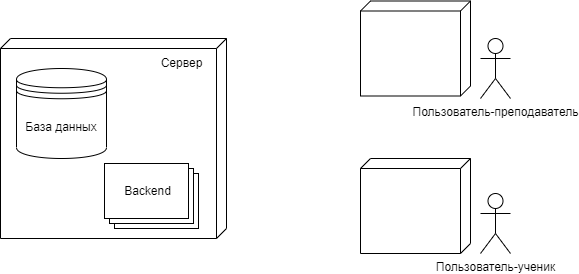
This is Диаграмма-компонентов.png from watashinonericell/myrepos, a draw.io export, as it was before one commit. Source tidied: cells renumbered, new cells last; positions are measured from the earlier drawing's top-left corner, leaving out a move shared by most shapes. The source it was exported from:
```xml
<mxGraphModel>
  <root>
    <mxCell id="0" />
    <mxCell id="1" parent="0" />
    <mxCell id="2" style="verticalAlign=top;align=left;spacingTop=8;spacingLeft=2;spacingRight=12;shape=cube;size=10;direction=south;fontStyle=4;html=1;whiteSpace=wrap;" parent="1" vertex="1">
      <mxGeometry y="38" width="226" height="200" as="geometry" />
    </mxCell>
    <mxCell id="3" value="Сервер" style="text;html=1;align=center;verticalAlign=middle;strokeColor=none;fillColor=none;" parent="1" vertex="1">
      <mxGeometry x="146" y="48" width="70" height="30" as="geometry" />
    </mxCell>
    <mxCell id="4" value="База данных" style="shape=datastore;whiteSpace=wrap;html=1;" parent="1" vertex="1">
      <mxGeometry x="16" y="68" width="90" height="90" as="geometry" />
    </mxCell>
    <mxCell id="5" style="verticalLabelPosition=bottom;verticalAlign=top;html=1;shape=mxgraph.basic.layered_rect;dx=10;whiteSpace=wrap;rotation=0;" parent="1" vertex="1">
      <mxGeometry x="104" y="163" width="94" height="65" as="geometry" />
    </mxCell>
    <mxCell id="6" value="Backend" style="text;html=1;align=center;verticalAlign=middle;strokeColor=none;fillColor=none;" parent="1" vertex="1">
      <mxGeometry x="112" y="176" width="70" height="30" as="geometry" />
    </mxCell>
    <mxCell id="7" value="Пользователь-преподаватель" style="shape=umlActor;verticalLabelPosition=bottom;verticalAlign=top;html=1;" parent="1" vertex="1">
      <mxGeometry x="480" y="38" width="30" height="60" as="geometry" />
    </mxCell>
    <mxCell id="8" value="Пользователь-ученик" style="shape=umlActor;verticalLabelPosition=bottom;verticalAlign=top;html=1;" parent="1" vertex="1">
      <mxGeometry x="480" y="193" width="30" height="60" as="geometry" />
    </mxCell>
    <mxCell id="9" style="verticalAlign=top;align=left;spacingTop=8;spacingLeft=2;spacingRight=12;shape=cube;size=10;direction=south;fontStyle=4;html=1;whiteSpace=wrap;" parent="1" vertex="1">
      <mxGeometry x="360" y="0.5" width="110" height="95" as="geometry" />
    </mxCell>
    <mxCell id="10" style="verticalAlign=top;align=left;spacingTop=8;spacingLeft=2;spacingRight=12;shape=cube;size=10;direction=south;fontStyle=4;html=1;whiteSpace=wrap;" parent="1" vertex="1">
      <mxGeometry x="360" y="158" width="110" height="95" as="geometry" />
    </mxCell>
  </root>
</mxGraphModel>
```
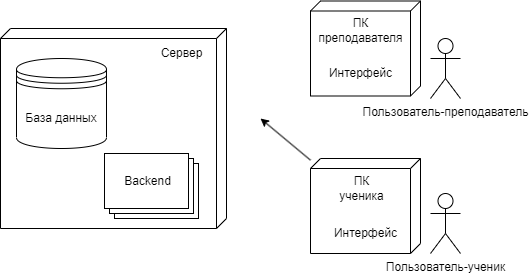
Above is the later version.

What changed in the source:
```diff
@@ -18,16 +18,33 @@
       <mxGeometry x="112" y="176" width="70" height="30" as="geometry" />
     </mxCell>
     <mxCell id="7" value="Пользователь-преподаватель" style="shape=umlActor;verticalLabelPosition=bottom;verticalAlign=top;html=1;" parent="1" vertex="1">
-      <mxGeometry x="480" y="38" width="30" height="60" as="geometry" />
+      <mxGeometry x="430" y="48" width="30" height="60" as="geometry" />
     </mxCell>
     <mxCell id="8" value="Пользователь-ученик" style="shape=umlActor;verticalLabelPosition=bottom;verticalAlign=top;html=1;" parent="1" vertex="1">
-      <mxGeometry x="480" y="193" width="30" height="60" as="geometry" />
+      <mxGeometry x="430" y="203" width="30" height="60" as="geometry" />
     </mxCell>
     <mxCell id="9" style="verticalAlign=top;align=left;spacingTop=8;spacingLeft=2;spacingRight=12;shape=cube;size=10;direction=south;fontStyle=4;html=1;whiteSpace=wrap;" parent="1" vertex="1">
-      <mxGeometry x="360" y="0.5" width="110" height="95" as="geometry" />
+      <mxGeometry x="310" y="10.5" width="110" height="95" as="geometry" />
     </mxCell>
     <mxCell id="10" style="verticalAlign=top;align=left;spacingTop=8;spacingLeft=2;spacingRight=12;shape=cube;size=10;direction=south;fontStyle=4;html=1;whiteSpace=wrap;" parent="1" vertex="1">
-      <mxGeometry x="360" y="158" width="110" height="95" as="geometry" />
+      <mxGeometry x="310" y="168" width="110" height="95" as="geometry" />
     </mxCell>
+    <mxCell id="11" value="ПК &lt;br&gt;преподавателя" style="text;html=1;align=center;verticalAlign=middle;strokeColor=none;fillColor=none;" parent="1" vertex="1">
+      <mxGeometry x="305" y="20" width="110" height="40" as="geometry" />
+    </mxCell>
+    <mxCell id="12" value="ПК &lt;br&gt;ученика" style="text;html=1;align=center;verticalAlign=middle;strokeColor=none;fillColor=none;" parent="1" vertex="1">
+      <mxGeometry x="326" y="178" width="70" height="40" as="geometry" />
+    </mxCell>
+    <mxCell id="13" style="endArrow=classic;html=1;rounded=0;" parent="1" edge="1" source="10">
+      <mxGeometry relative="1" as="geometry">
+        <mxPoint x="260" y="128" as="targetPoint" />
+      </mxGeometry>
+    </mxCell>
+    <mxCell id="14" value="Интерфейс" style="text;html=1;align=center;verticalAlign=middle;strokeColor=none;fillColor=none;" parent="1" vertex="1">
+      <mxGeometry x="315" y="68" width="90" height="30" as="geometry" />
+    </mxCell>
+    <mxCell id="15" value="Интерфейс" style="text;html=1;align=center;verticalAlign=middle;strokeColor=none;fillColor=none;" parent="1" vertex="1">
+      <mxGeometry x="320" y="228" width="90" height="30" as="geometry" />
+    </mxCell>
   </root>
 </mxGraphModel>
```
